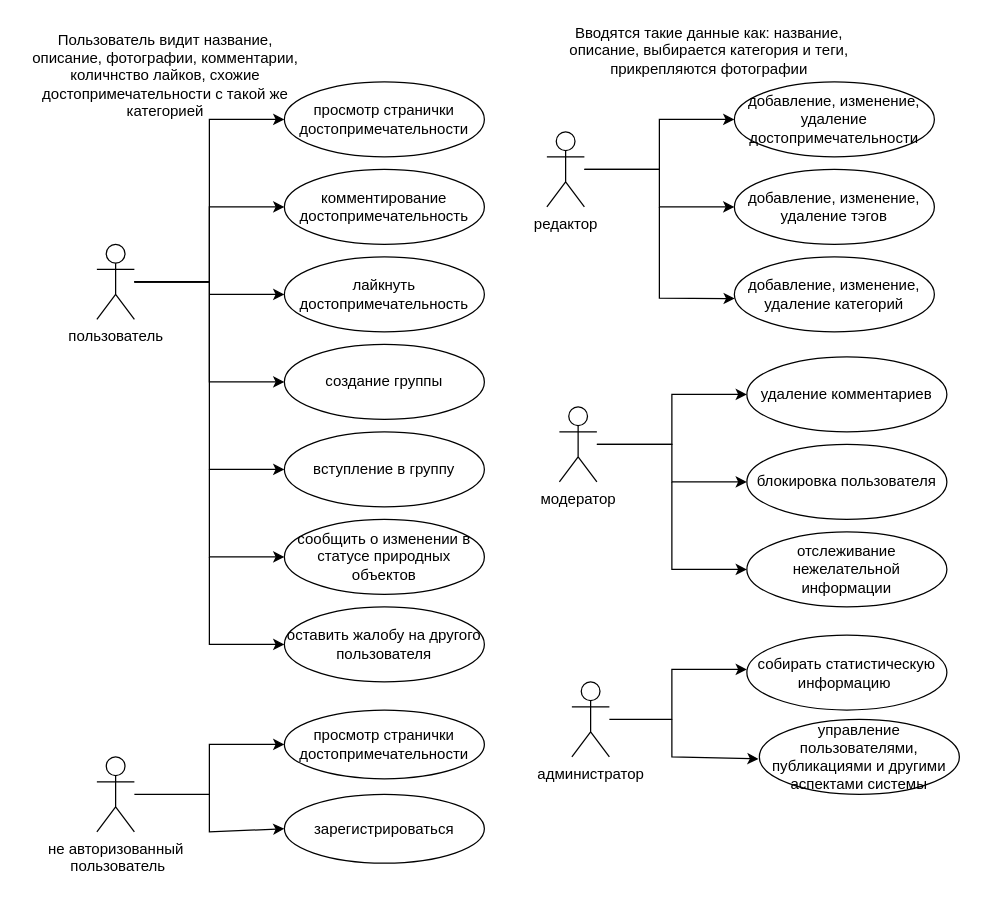
Above: Диаграмма вариантов истользования.drawio in RinaBoni/software-development-technologies-8 (draw.io), before the change. Source tidied: cells renumbered, new cells numbered last; positions are measured from the earlier drawing's top-left corner, leaving out a move shared by most shapes. Both pictures are drawn from the tidied source at 125%, with x=0, y=0 at pixel (21, 31).
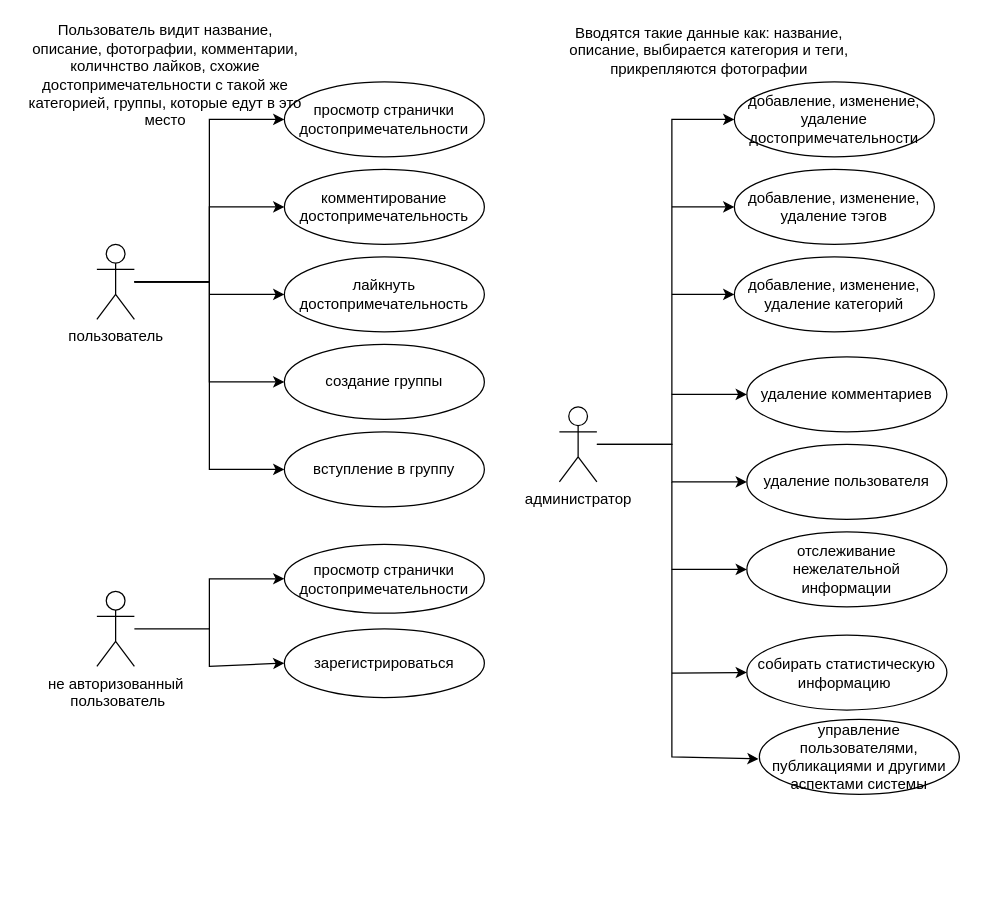
The same page after the edit.

The change refers to these unchanged cells:
```xml
<mxCell id="17" value="добавление, изменение, удаление достопримечательности" style="ellipse;whiteSpace=wrap;html=1;" parent="1" vertex="1">
  <mxGeometry x="570" y="40" width="160" height="60" as="geometry" />
</mxCell>
<mxCell id="18" value="добавление, изменение, удаление тэгов" style="ellipse;whiteSpace=wrap;html=1;" parent="1" vertex="1">
  <mxGeometry x="570" y="110" width="160" height="60" as="geometry" />
</mxCell>
<mxCell id="35" value="добавление, изменение, удаление категорий" style="ellipse;whiteSpace=wrap;html=1;" parent="1" vertex="1">
  <mxGeometry x="570" y="180" width="160" height="60" as="geometry" />
</mxCell>
<mxCell id="40" value="собирать статистическую информацию&amp;nbsp;" style="ellipse;whiteSpace=wrap;html=1;" parent="1" vertex="1">
  <mxGeometry x="580" y="482.5" width="160" height="60" as="geometry" />
</mxCell>
<mxCell id="41" value="управление пользователями, публикациями и другими аспектами системы" style="ellipse;whiteSpace=wrap;html=1;" parent="1" vertex="1">
  <mxGeometry x="590" y="550" width="160" height="60" as="geometry" />
</mxCell>
```

What changed in the source:
```diff
@@
-    <mxCell id="7" style="edgeStyle=orthogonalEdgeStyle;rounded=0;jettySize=auto;html=1;entryX=0;entryY=0.5;entryDx=0;entryDy=0;" parent="1" edge="1" source="9" target="17">
-      <mxGeometry relative="1" as="geometry" />
-    </mxCell>
-    <mxCell id="8" style="edgeStyle=orthogonalEdgeStyle;rounded=0;jettySize=auto;html=1;entryX=0;entryY=0.5;entryDx=0;entryDy=0;" parent="1" edge="1" source="9" target="18">
-      <mxGeometry relative="1" as="geometry" />
-    </mxCell>
-    <mxCell id="9" value="редактор" style="shape=umlActor;verticalLabelPosition=bottom;verticalAlign=top;html=1;outlineConnect=0;" parent="1" vertex="1">
-      <mxGeometry x="420" y="80" width="30" height="60" as="geometry" />
-    </mxCell>
@@
-    <mxCell id="12" value="модератор" style="shape=umlActor;verticalLabelPosition=bottom;verticalAlign=top;html=1;outlineConnect=0;" parent="1" vertex="1">
+    <mxCell id="12" value="администратор" style="shape=umlActor;verticalLabelPosition=bottom;verticalAlign=top;html=1;outlineConnect=0;" parent="1" vertex="1">
       <mxGeometry x="430" y="300" width="30" height="60" as="geometry" />
     </mxCell>
@@
     <mxCell id="14" value="не авторизованный&lt;br&gt;&amp;nbsp;пользователь" style="shape=umlActor;verticalLabelPosition=bottom;verticalAlign=top;html=1;outlineConnect=0;" parent="1" vertex="1">
-      <mxGeometry x="60" y="580" width="30" height="60" as="geometry" />
+      <mxGeometry x="60" y="447.5" width="30" height="60" as="geometry" />
     </mxCell>
@@
-    <mxCell id="20" value="блокировка пользователя" style="ellipse;whiteSpace=wrap;html=1;" parent="1" vertex="1">
+    <mxCell id="20" value="удаление пользователя" style="ellipse;whiteSpace=wrap;html=1;" parent="1" vertex="1">
       <mxGeometry x="580" y="330" width="160" height="60" as="geometry" />
     </mxCell>
     <mxCell id="21" value="просмотр странички достопримечательности" style="ellipse;whiteSpace=wrap;html=1;" parent="1" vertex="1">
-      <mxGeometry x="210" y="542.5" width="160" height="55" as="geometry" />
+      <mxGeometry x="210" y="410" width="160" height="55" as="geometry" />
     </mxCell>
@@
-    <mxCell id="26" value="Пользователь видит название, описание, фотографии, комментарии, количнство лайков, схожие достопримечательности с такой же категорией" style="text;html=1;align=center;verticalAlign=middle;whiteSpace=wrap;rounded=0;" parent="1" vertex="1">
+    <mxCell id="26" value="Пользователь видит название, описание, фотографии, комментарии, количнство лайков, схожие достопримечательности с такой же категорией, группы, которые едут в это место" style="text;html=1;align=center;verticalAlign=middle;whiteSpace=wrap;rounded=0;" parent="1" vertex="1">
       <mxGeometry y="20" width="230" height="30" as="geometry" />
     </mxCell>
@@
-    <mxCell id="29" value="оставить жалобу на другого пользователя" style="ellipse;whiteSpace=wrap;html=1;" parent="1" vertex="1">
-      <mxGeometry x="210" y="460" width="160" height="60" as="geometry" />
-    </mxCell>
-    <mxCell id="30" value="сообщить о изменении&amp;nbsp;в статусе природных объектов" style="ellipse;whiteSpace=wrap;html=1;" parent="1" vertex="1">
-      <mxGeometry x="210" y="390" width="160" height="60" as="geometry" />
-    </mxCell>
-    <mxCell id="31" style="endArrow=classic;html=1;rounded=0;entryX=0;entryY=0.5;entryDx=0;entryDy=0;" parent="1" edge="1" target="30">
-      <mxGeometry relative="1" as="geometry">
-        <mxPoint x="150" y="350" as="sourcePoint" />
-        <Array as="points">
-          <mxPoint x="150" y="420" />
-        </Array>
-      </mxGeometry>
-    </mxCell>
-    <mxCell id="32" style="endArrow=classic;html=1;rounded=0;entryX=0;entryY=0.5;entryDx=0;entryDy=0;" parent="1" edge="1" target="29">
-      <mxGeometry relative="1" as="geometry">
-        <mxPoint x="150" y="420" as="sourcePoint" />
-        <Array as="points">
-          <mxPoint x="150" y="490" />
-        </Array>
-      </mxGeometry>
-    </mxCell>
     <mxCell id="33" value="зарегистрироваться" style="ellipse;whiteSpace=wrap;html=1;" parent="1" vertex="1">
-      <mxGeometry x="210" y="610" width="160" height="55" as="geometry" />
+      <mxGeometry x="210" y="477.5" width="160" height="55" as="geometry" />
     </mxCell>
     <mxCell id="34" style="endArrow=classic;html=1;rounded=0;entryX=0;entryY=0.5;entryDx=0;entryDy=0;" parent="1" edge="1" target="33">
       <mxGeometry relative="1" as="geometry">
-        <mxPoint x="150" y="610" as="sourcePoint" />
+        <mxPoint x="150" y="477.5" as="sourcePoint" />
         <Array as="points">
-          <mxPoint x="150" y="640" />
+          <mxPoint x="150" y="507.5" />
         </Array>
       </mxGeometry>
     </mxCell>
@@
-    <mxCell id="36" style="endArrow=classic;html=1;rounded=0;entryX=0.002;entryY=0.556;entryDx=0;entryDy=0;entryPerimeter=0;" parent="1" edge="1" target="35">
-      <mxGeometry relative="1" as="geometry">
-        <mxPoint x="510" y="140" as="sourcePoint" />
-        <Array as="points">
-          <mxPoint x="510" y="213" />
-        </Array>
-      </mxGeometry>
-    </mxCell>
@@
-    <mxCell id="39" value="администратор" style="shape=umlActor;verticalLabelPosition=bottom;verticalAlign=top;html=1;outlineConnect=0;" parent="1" vertex="1">
-      <mxGeometry x="440" y="520" width="30" height="60" as="geometry" />
-    </mxCell>
@@
-    <mxCell id="42" style="endArrow=classic;html=1;rounded=0;" parent="1" edge="1" source="39">
-      <mxGeometry relative="1" as="geometry">
-        <mxPoint x="580" y="510" as="targetPoint" />
-        <Array as="points">
-          <mxPoint x="520" y="550" />
-          <mxPoint x="520" y="510" />
-        </Array>
-      </mxGeometry>
-    </mxCell>
     <mxCell id="43" style="endArrow=classic;html=1;rounded=0;entryX=-0.004;entryY=0.527;entryDx=0;entryDy=0;entryPerimeter=0;" parent="1" edge="1" target="41">
       <mxGeometry relative="1" as="geometry">
-        <mxPoint x="520" y="550" as="sourcePoint" />
+        <mxPoint x="520" y="430" as="sourcePoint" />
         <Array as="points">
           <mxPoint x="520" y="580" />
         </Array>
       </mxGeometry>
     </mxCell>
+    <mxCell id="44" style="endArrow=classic;html=1;rounded=0;entryX=0;entryY=0.5;entryDx=0;entryDy=0;" parent="1" edge="1" target="40">
+      <mxGeometry relative="1" as="geometry">
+        <mxPoint x="520" y="513" as="sourcePoint" />
+      </mxGeometry>
+    </mxCell>
+    <mxCell id="45" style="endArrow=classic;html=1;rounded=0;entryX=0;entryY=0.5;entryDx=0;entryDy=0;" parent="1" edge="1" target="17">
+      <mxGeometry relative="1" as="geometry">
+        <mxPoint x="520" y="290" as="sourcePoint" />
+        <Array as="points">
+          <mxPoint x="520" y="70" />
+        </Array>
+      </mxGeometry>
+    </mxCell>
+    <mxCell id="46" style="endArrow=classic;html=1;rounded=0;entryX=0;entryY=0.5;entryDx=0;entryDy=0;" parent="1" edge="1" target="18">
+      <mxGeometry relative="1" as="geometry">
+        <mxPoint x="520" y="140" as="sourcePoint" />
+      </mxGeometry>
+    </mxCell>
+    <mxCell id="47" style="endArrow=classic;html=1;rounded=0;entryX=0;entryY=0.5;entryDx=0;entryDy=0;" parent="1" edge="1" target="35">
+      <mxGeometry relative="1" as="geometry">
+        <mxPoint x="520" y="210" as="sourcePoint" />
+      </mxGeometry>
+    </mxCell>
```
